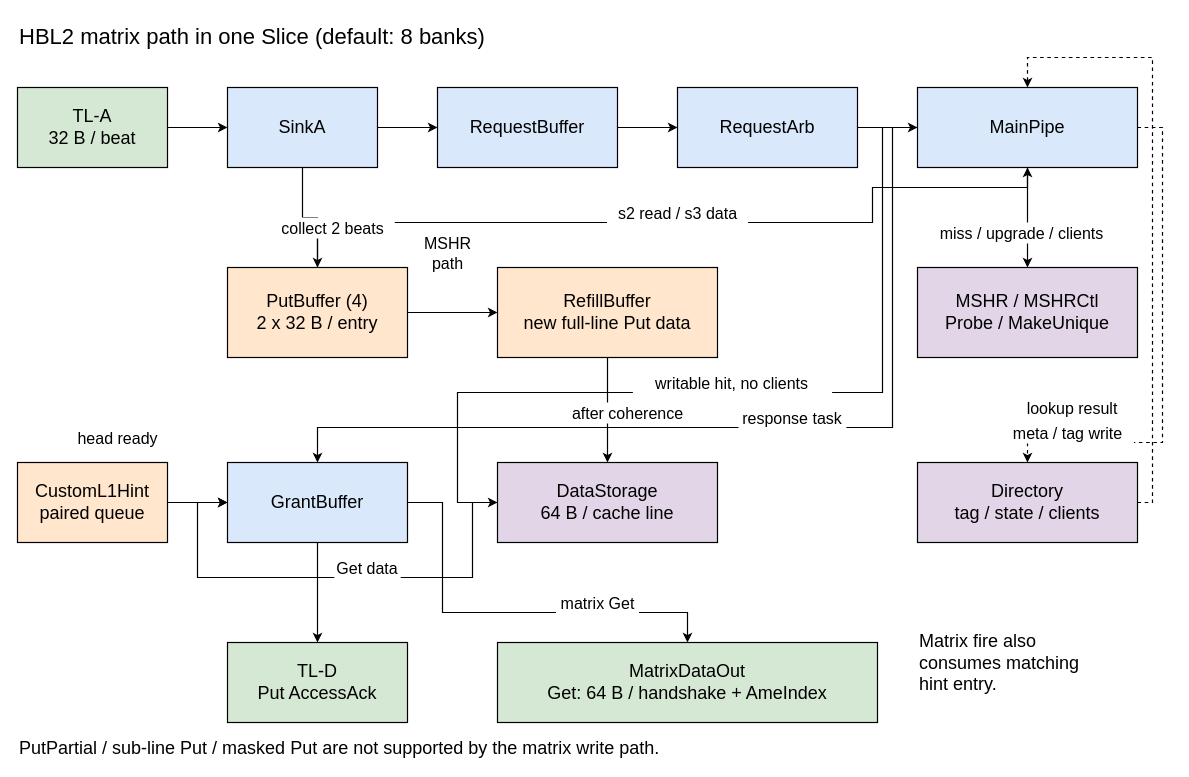
This is docs/zh/cache/l2cache/figure/xsai-hbl2.drawio from OpenXiangShan/XiangShan-Design-Doc, a draw.io file, before an edit. Source tidied: cells renumbered, new cells numbered last; positions are measured from the earlier drawing's top-left corner, leaving out a move shared by most shapes. Both pictures are drawn from the tidied source at 100%, with x=0, y=0 at pixel (17, 17).
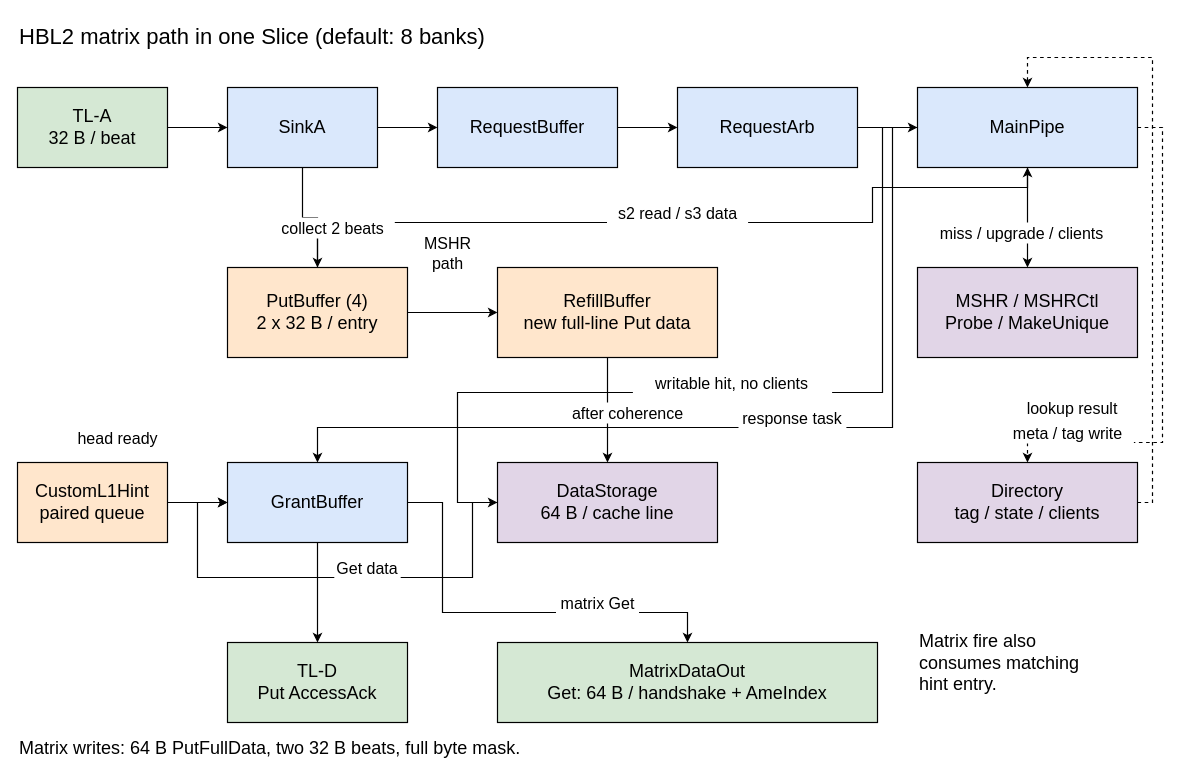
The same page after the edit.

The edit, as a diff of the source:
```diff
@@
-    <mxCell id="35" value="PutPartial / sub-line Put / masked Put are not supported by the matrix write path." style="text;html=1;align=left;verticalAlign=top;whiteSpace=wrap;fontFamily=Helvetica;fontSize=18;" parent="1" vertex="1">
+    <mxCell id="35" value="Matrix writes: 64 B PutFullData, two 32 B beats, full byte mask." style="text;html=1;align=left;verticalAlign=top;whiteSpace=wrap;fontFamily=Helvetica;fontSize=18;" parent="1" vertex="1">
       <mxGeometry y="714" width="834.6" height="24" as="geometry" />
     </mxCell>
```
